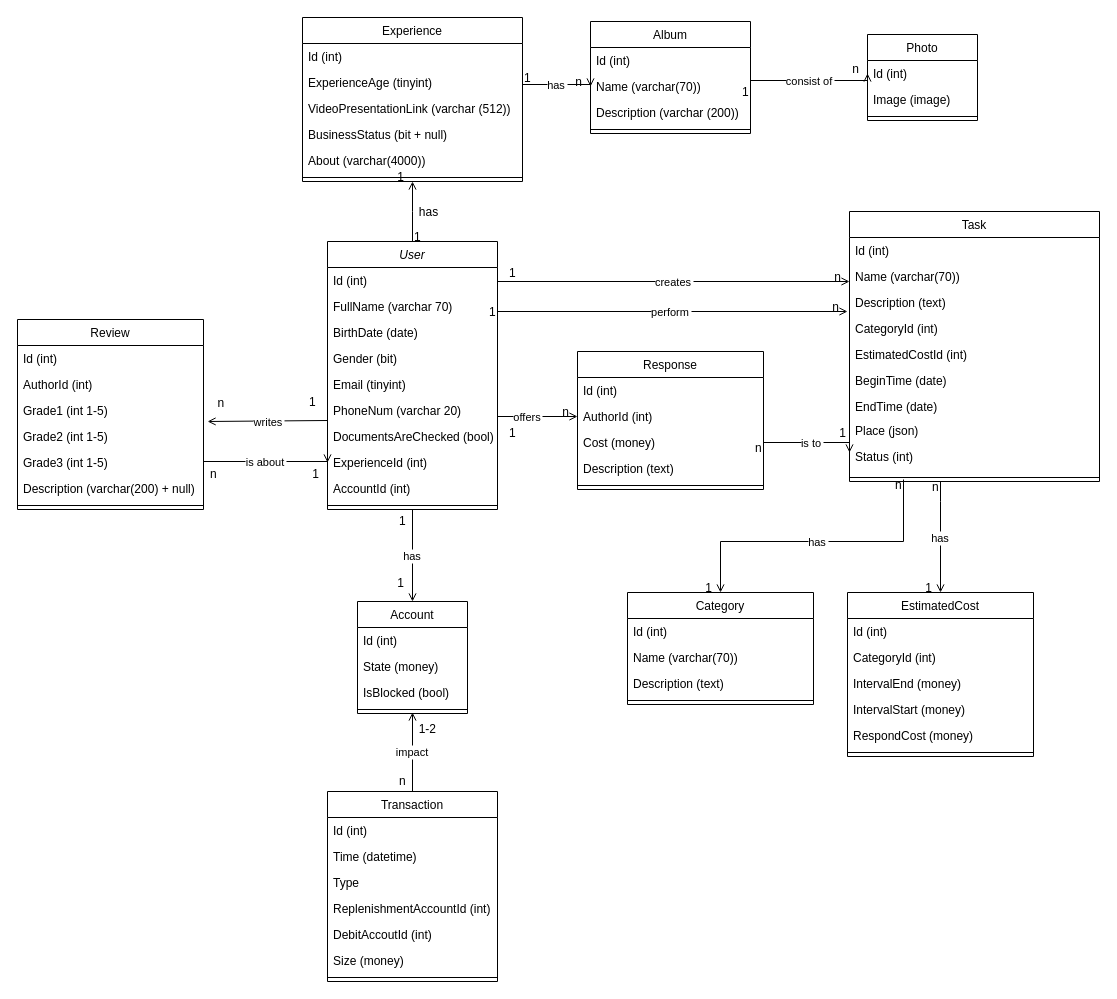
Earlier version of the draw.io diagram DBDiagram.drawio (Shennor/youdoDB). Source tidied: cells renumbered, new cells numbered last; positions are measured from the earlier drawing's top-left corner, leaving out a move shared by most shapes. Both pictures are drawn from the tidied source at 100%, with x=0, y=0 at pixel (17, 17).
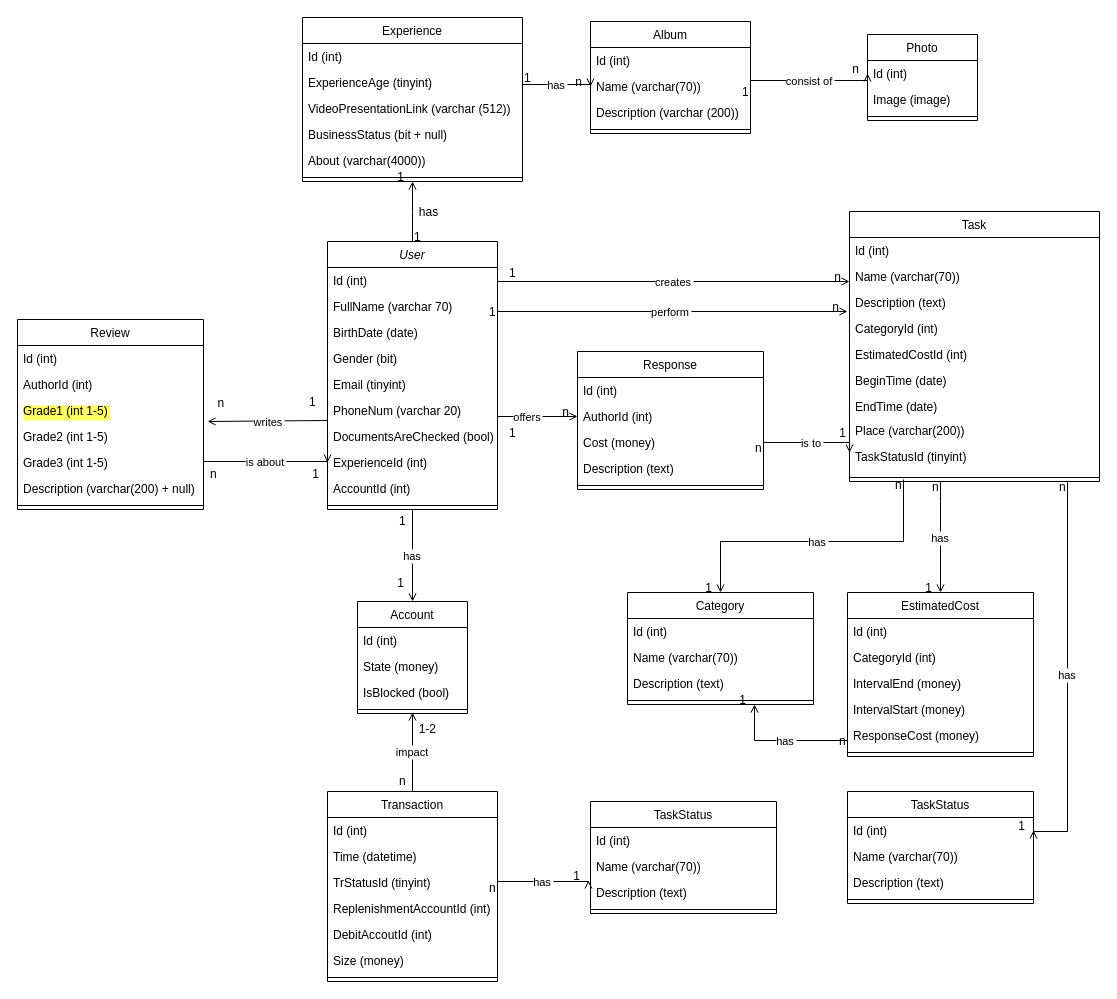
After the change.

Unchanged cells that the change refers to:
```xml
<mxCell id="29" value="Transaction" style="swimlane;fontStyle=0;align=center;verticalAlign=top;horizontal=1;startSize=26;rounded=0;shadow=0;strokeWidth=1;" parent="1" vertex="1">
  <mxGeometry x="310" y="774" width="170" height="190" as="geometry" />
</mxCell>
<mxCell id="58" value="Review" style="swimlane;fontStyle=0;align=center;verticalAlign=top;horizontal=1;startSize=26;rounded=0;shadow=0;strokeWidth=1;" parent="1" vertex="1">
  <mxGeometry y="302" width="186" height="190" as="geometry" />
</mxCell>
<mxCell id="72" value="Task" style="swimlane;fontStyle=0;align=center;verticalAlign=top;horizontal=1;startSize=26;rounded=0;shadow=0;strokeWidth=1;" parent="1" vertex="1">
  <mxGeometry x="832" y="194" width="250" height="270" as="geometry" />
</mxCell>
<mxCell id="87" style="line;html=1;strokeWidth=1;align=left;verticalAlign=middle;spacingTop=-1;spacingLeft=3;spacingRight=3;labelPosition=right;points=[];portConstraint=eastwest;" parent="83" vertex="1">
  <mxGeometry y="104" width="186" height="8" as="geometry" />
</mxCell>
<mxCell id="88" value="EstimatedCost" style="swimlane;fontStyle=0;align=center;verticalAlign=top;horizontal=1;startSize=26;rounded=0;shadow=0;strokeWidth=1;" parent="1" vertex="1">
  <mxGeometry x="830" y="575" width="186" height="164" as="geometry" />
</mxCell>
```

Change to the diagram source:
```diff
@@
-    <mxCell id="32" value="Type" style="text;align=left;verticalAlign=top;spacingLeft=4;spacingRight=4;overflow=hidden;points=[[0,0.5],[1,0.5]];portConstraint=eastwest;rounded=0;shadow=0;html=0;" parent="29" vertex="1">
+    <mxCell id="32" value="TrStatusId (tinyint)" style="text;align=left;verticalAlign=top;spacingLeft=4;spacingRight=4;overflow=hidden;points=[[0,0.5],[1,0.5]];portConstraint=eastwest;rounded=0;shadow=0;html=0;" parent="29" vertex="1">
       <mxGeometry y="78" width="170" height="26" as="geometry" />
     </mxCell>
@@
-    <mxCell id="61" value="Grade1 (int 1-5)" style="text;align=left;verticalAlign=top;spacingLeft=4;spacingRight=4;overflow=hidden;" parent="58" vertex="1">
+    <mxCell id="61" value="Grade1 (int 1-5)" style="text;align=left;verticalAlign=top;spacingLeft=4;spacingRight=4;overflow=hidden;labelBackgroundColor=#FFFF66;" parent="58" vertex="1">
       <mxGeometry y="78" width="186" height="26" as="geometry" />
     </mxCell>
@@
-    <mxCell id="80" value="Place (json)" style="text;align=left;verticalAlign=top;spacingLeft=4;spacingRight=4;overflow=hidden;" parent="72" vertex="1">
+    <mxCell id="80" value="Place (varchar(200))" style="text;align=left;verticalAlign=top;spacingLeft=4;spacingRight=4;overflow=hidden;labelBackgroundColor=#FFFFFF;" parent="72" vertex="1">
       <mxGeometry y="206" width="250" height="26" as="geometry" />
     </mxCell>
-    <mxCell id="81" value="Status (int)" style="text;align=left;verticalAlign=top;spacingLeft=4;spacingRight=4;overflow=hidden;" parent="72" vertex="1">
+    <mxCell id="81" value="TaskStatusId (tinyint)" style="text;align=left;verticalAlign=top;spacingLeft=4;spacingRight=4;overflow=hidden;" parent="72" vertex="1">
       <mxGeometry y="232" width="250" height="30" as="geometry" />
     </mxCell>
@@
-    <mxCell id="90" value="CategoryId (int)" style="text;align=left;verticalAlign=top;spacingLeft=4;spacingRight=4;overflow=hidden;" parent="88" vertex="1">
+    <mxCell id="90" value="CategoryId (int)" style="text;align=left;verticalAlign=top;spacingLeft=4;spacingRight=4;overflow=hidden;labelBackgroundColor=none;" parent="88" vertex="1">
       <mxGeometry y="52" width="186" height="26" as="geometry" />
     </mxCell>
@@
-    <mxCell id="93" value="RespondCost (money)" style="text;align=left;verticalAlign=top;spacingLeft=4;spacingRight=4;overflow=hidden;points=[[0,0.5],[1,0.5]];portConstraint=eastwest;" parent="88" vertex="1">
+    <mxCell id="93" value="ResponseCost (money)" style="text;align=left;verticalAlign=top;spacingLeft=4;spacingRight=4;overflow=hidden;points=[[0,0.5],[1,0.5]];portConstraint=eastwest;" parent="88" vertex="1">
       <mxGeometry y="130" width="186" height="26" as="geometry" />
     </mxCell>
@@
+    <mxCell id="119" value="TaskStatus" style="swimlane;fontStyle=0;align=center;verticalAlign=top;horizontal=1;startSize=26;rounded=0;shadow=0;strokeWidth=1;" parent="1" vertex="1">
+      <mxGeometry x="830" y="774" width="186" height="112" as="geometry" />
+    </mxCell>
+    <mxCell id="120" value="Id (int)" style="text;align=left;verticalAlign=top;spacingLeft=4;spacingRight=4;overflow=hidden;points=[[0,0.5],[1,0.5]];portConstraint=eastwest;" parent="119" vertex="1">
+      <mxGeometry y="26" width="186" height="26" as="geometry" />
+    </mxCell>
+    <mxCell id="121" value="Name (varchar(70))" style="text;align=left;verticalAlign=top;spacingLeft=4;spacingRight=4;overflow=hidden;" parent="119" vertex="1">
+      <mxGeometry y="52" width="186" height="26" as="geometry" />
+    </mxCell>
+    <mxCell id="122" value="Description (text)" style="text;align=left;verticalAlign=top;spacingLeft=4;spacingRight=4;overflow=hidden;" parent="119" vertex="1">
+      <mxGeometry y="78" width="186" height="26" as="geometry" />
+    </mxCell>
+    <mxCell id="123" style="line;html=1;strokeWidth=1;align=left;verticalAlign=middle;spacingTop=-1;spacingLeft=3;spacingRight=3;labelPosition=right;" parent="119" vertex="1">
+      <mxGeometry y="104" width="186" height="8" as="geometry" />
+    </mxCell>
+    <mxCell id="124" value="has" style="endArrow=open;shadow=0;strokeWidth=1;rounded=0;endFill=1;edgeStyle=elbowEdgeStyle;elbow=vertical;entryX=1;entryY=0.5;entryDx=0;entryDy=0;" parent="1" edge="1" target="120">
+      <mxGeometry relative="1" as="geometry">
+        <mxPoint x="1050" y="464" as="sourcePoint" />
+        <Array as="points">
+          <mxPoint x="1060" y="814" />
+          <mxPoint x="1050" y="484" />
+          <mxPoint x="1057" y="504" />
+          <mxPoint x="1067" y="534" />
+          <mxPoint x="947" y="534" />
+          <mxPoint x="767" y="534" />
+        </Array>
+      </mxGeometry>
+    </mxCell>
+    <mxCell id="125" value="n" style="align=left;verticalAlign=bottom;labelBackgroundColor=none;fontSize=12;" parent="124" vertex="1">
+      <mxGeometry x="-1" relative="1" as="geometry">
+        <mxPoint x="-10" y="14" as="offset" />
+      </mxGeometry>
+    </mxCell>
+    <mxCell id="126" value="1" style="align=right;verticalAlign=bottom;labelBackgroundColor=none;fontSize=12;" parent="124" vertex="1">
+      <mxGeometry x="1" relative="1" as="geometry">
+        <mxPoint x="-7" y="4" as="offset" />
+      </mxGeometry>
+    </mxCell>
+    <mxCell id="127" value="TaskStatus" style="swimlane;fontStyle=0;align=center;verticalAlign=top;horizontal=1;startSize=26;rounded=0;shadow=0;strokeWidth=1;" parent="1" vertex="1">
+      <mxGeometry x="573" y="784" width="186" height="112" as="geometry" />
+    </mxCell>
+    <mxCell id="128" value="Id (int)" style="text;align=left;verticalAlign=top;spacingLeft=4;spacingRight=4;overflow=hidden;" parent="127" vertex="1">
+      <mxGeometry y="26" width="186" height="26" as="geometry" />
+    </mxCell>
+    <mxCell id="129" value="Name (varchar(70))" style="text;align=left;verticalAlign=top;spacingLeft=4;spacingRight=4;overflow=hidden;" parent="127" vertex="1">
+      <mxGeometry y="52" width="186" height="26" as="geometry" />
+    </mxCell>
+    <mxCell id="130" value="Description (text)" style="text;align=left;verticalAlign=top;spacingLeft=4;spacingRight=4;overflow=hidden;points=[[0,0.5],[1,0.5]];portConstraint=eastwest;" parent="127" vertex="1">
+      <mxGeometry y="78" width="186" height="26" as="geometry" />
+    </mxCell>
+    <mxCell id="131" style="line;html=1;strokeWidth=1;align=left;verticalAlign=middle;spacingTop=-1;spacingLeft=3;spacingRight=3;labelPosition=right;" parent="127" vertex="1">
+      <mxGeometry y="104" width="186" height="8" as="geometry" />
+    </mxCell>
+    <mxCell id="132" value="has" style="endArrow=open;shadow=0;strokeWidth=1;rounded=0;endFill=1;edgeStyle=elbowEdgeStyle;elbow=vertical;entryX=-0.011;entryY=0.038;entryDx=0;entryDy=0;exitX=1;exitY=0.5;exitDx=0;exitDy=0;entryPerimeter=0;" parent="1" edge="1" source="32" target="130">
+      <mxGeometry relative="1" as="geometry">
+        <Array as="points">
+          <mxPoint x="510" y="864" />
+          <mxPoint x="517" y="884" />
+          <mxPoint x="527" y="914" />
+          <mxPoint x="407" y="914" />
+          <mxPoint x="227" y="914" />
+        </Array>
+      </mxGeometry>
+    </mxCell>
+    <mxCell id="133" value="n" style="align=left;verticalAlign=bottom;labelBackgroundColor=none;fontSize=12;" parent="132" vertex="1">
+      <mxGeometry x="-1" relative="1" as="geometry">
+        <mxPoint x="-10" y="14" as="offset" />
+      </mxGeometry>
+    </mxCell>
+    <mxCell id="134" value="1" style="align=right;verticalAlign=bottom;labelBackgroundColor=none;fontSize=12;" parent="132" vertex="1">
+      <mxGeometry x="1" relative="1" as="geometry">
+        <mxPoint x="-7" y="4" as="offset" />
+      </mxGeometry>
+    </mxCell>
+    <mxCell id="135" value="has" style="endArrow=open;shadow=0;strokeWidth=1;rounded=0;endFill=1;edgeStyle=elbowEdgeStyle;elbow=vertical;exitX=0;exitY=0.5;exitDx=0;exitDy=0;" parent="1" edge="1" source="93" target="87">
+      <mxGeometry relative="1" as="geometry">
+        <Array as="points">
+          <mxPoint x="737" y="723" />
+          <mxPoint x="557" y="723" />
+        </Array>
+      </mxGeometry>
+    </mxCell>
+    <mxCell id="136" value="n" style="align=left;verticalAlign=bottom;labelBackgroundColor=none;fontSize=12;" parent="135" vertex="1">
+      <mxGeometry x="-1" relative="1" as="geometry">
+        <mxPoint x="-10" y="14" as="offset" />
+      </mxGeometry>
+    </mxCell>
+    <mxCell id="137" value="1" style="align=right;verticalAlign=bottom;labelBackgroundColor=none;fontSize=12;" parent="135" vertex="1">
+      <mxGeometry x="1" relative="1" as="geometry">
+        <mxPoint x="-7" y="4" as="offset" />
+      </mxGeometry>
+    </mxCell>
```
